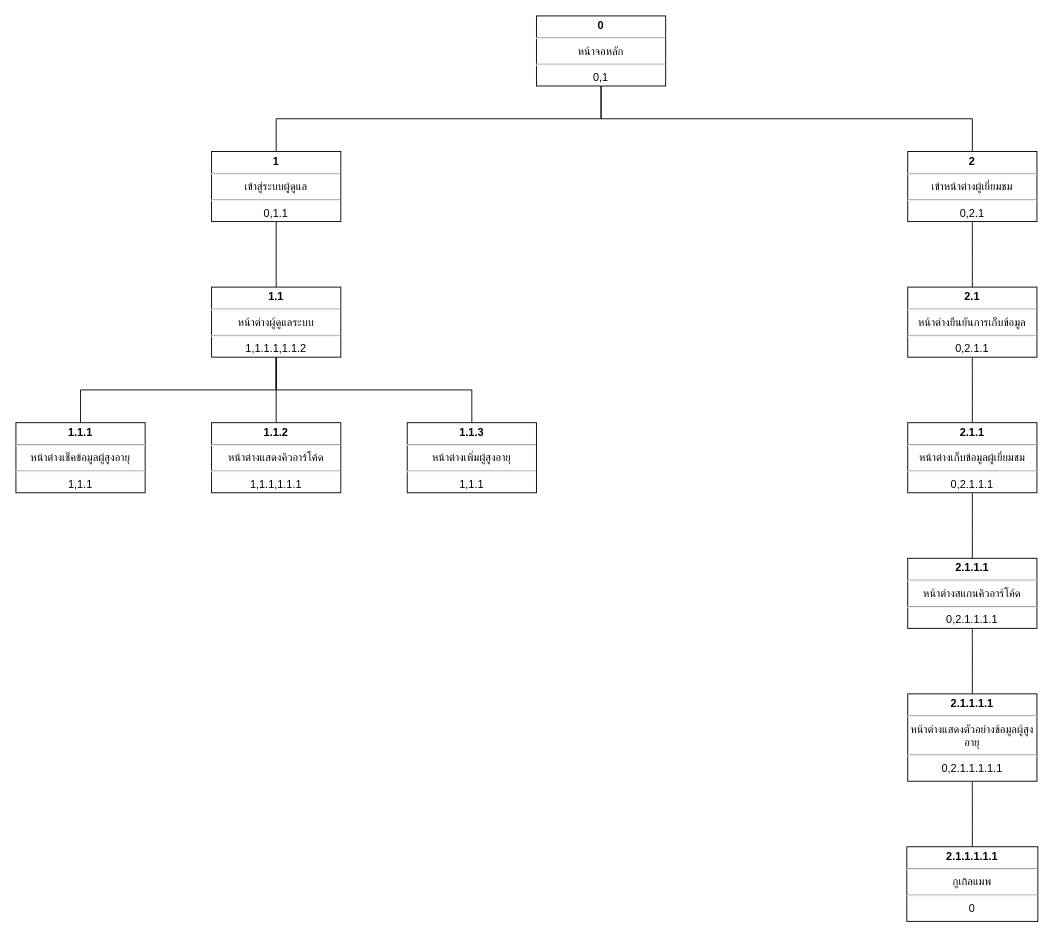
Before: Userinterface.drawio in CChayut/Di-grm, a draw.io diagram. Source tidied: cells renumbered, new cells numbered last; positions are measured from the earlier drawing's top-left corner, leaving out a move shared by most shapes. Both pictures are drawn from the tidied source at 91%, with x=0, y=0 at pixel (15, 15).
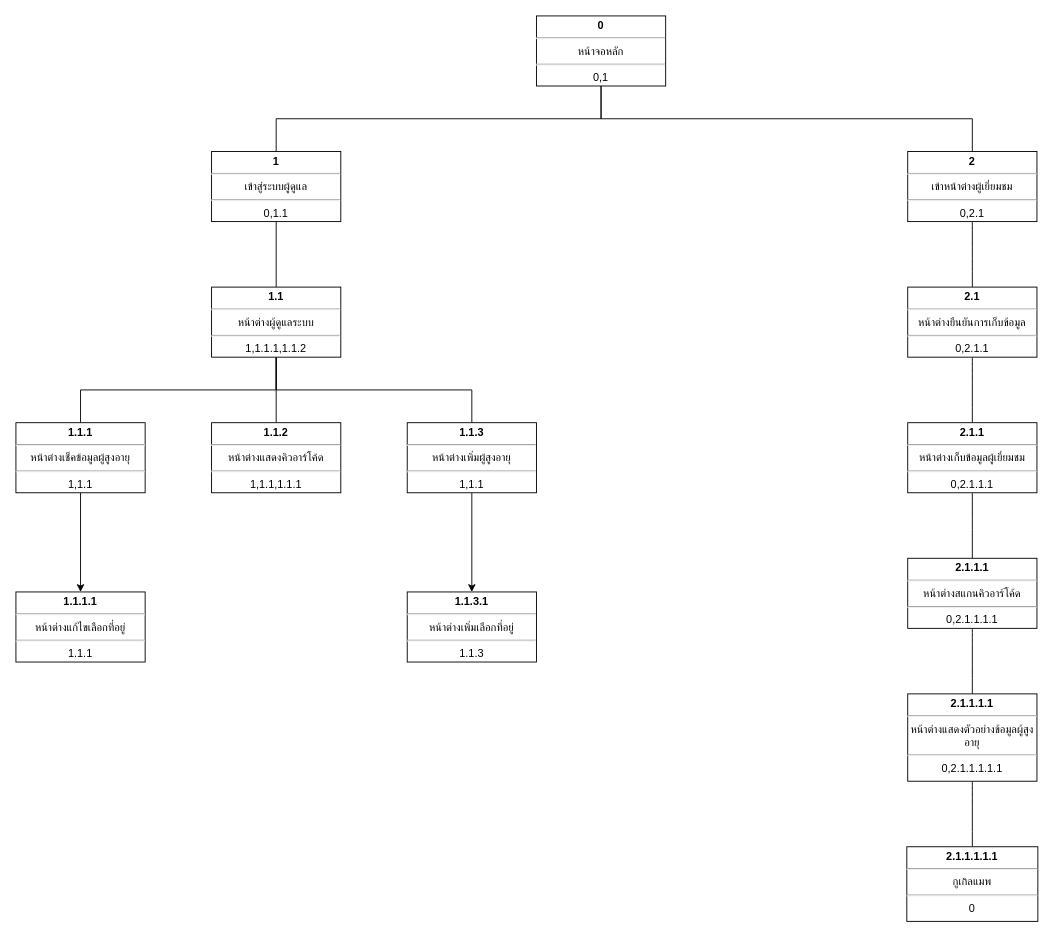
Above is the later version.

Unchanged cells that the change refers to:
```xml
<mxCell id="13" value="&lt;p style=&quot;margin:0px;margin-top:4px;text-align:center;&quot;&gt;&lt;/p&gt;&lt;div style=&quot;text-align: center;&quot;&gt;&lt;b&gt;1.1.1&lt;/b&gt;&lt;/div&gt;&lt;div style=&quot;text-align: center;&quot;&gt;&lt;hr&gt;&lt;/div&gt;&lt;div style=&quot;text-align: center;&quot;&gt;&lt;/div&gt;&lt;div style=&quot;text-align: center;&quot;&gt;หน้าต่างเช็คข้อมูลผู้สูงอายุ&lt;/div&gt;&lt;hr&gt;&lt;div style=&quot;text-align: center;&quot;&gt;1,1.1&lt;/div&gt;" style="verticalAlign=top;align=left;overflow=fill;html=1;whiteSpace=wrap;" parent="1" vertex="1">
  <mxGeometry y="447" width="142" height="77" as="geometry" />
</mxCell>
<mxCell id="15" value="&lt;p style=&quot;margin:0px;margin-top:4px;text-align:center;&quot;&gt;&lt;/p&gt;&lt;div style=&quot;text-align: center;&quot;&gt;&lt;b&gt;1.1.3&lt;/b&gt;&lt;/div&gt;&lt;div style=&quot;text-align: center;&quot;&gt;&lt;hr&gt;&lt;/div&gt;&lt;div style=&quot;text-align: center;&quot;&gt;&lt;/div&gt;&lt;div style=&quot;text-align: center;&quot;&gt;หน้าต่างเพิ่มผู้สูงอายุ&lt;/div&gt;&lt;hr&gt;&lt;div style=&quot;text-align: center;&quot;&gt;1,1.1&lt;/div&gt;" style="verticalAlign=top;align=left;overflow=fill;html=1;whiteSpace=wrap;" parent="1" vertex="1">
  <mxGeometry x="430" y="447" width="142" height="77" as="geometry" />
</mxCell>
```

Change to the diagram source:
```diff
@@
+    <mxCell id="25" style="edgeStyle=orthogonalEdgeStyle;rounded=0;jettySize=auto;html=1;exitX=0.5;exitY=1;exitDx=0;exitDy=0;entryX=0.5;entryY=0;entryDx=0;entryDy=0;" parent="1" edge="1" source="13" target="27">
+      <mxGeometry relative="1" as="geometry" />
+    </mxCell>
@@
+    <mxCell id="26" style="edgeStyle=orthogonalEdgeStyle;rounded=0;jettySize=auto;html=1;exitX=0.5;exitY=1;exitDx=0;exitDy=0;entryX=0.5;entryY=0;entryDx=0;entryDy=0;" parent="1" edge="1" source="15" target="28">
+      <mxGeometry relative="1" as="geometry" />
+    </mxCell>
@@
+    <mxCell id="27" value="&lt;p style=&quot;margin:0px;margin-top:4px;text-align:center;&quot;&gt;&lt;/p&gt;&lt;div style=&quot;text-align: center;&quot;&gt;&lt;b&gt;1.1.1.1&lt;/b&gt;&lt;/div&gt;&lt;div style=&quot;text-align: center;&quot;&gt;&lt;hr&gt;&lt;/div&gt;&lt;div style=&quot;text-align: center;&quot;&gt;&lt;/div&gt;&lt;div style=&quot;text-align: center;&quot;&gt;หน้าต่างแก้ไขเลือกที่อยู่&lt;/div&gt;&lt;hr&gt;&lt;div style=&quot;text-align: center;&quot;&gt;1.1.1&lt;/div&gt;" style="verticalAlign=top;align=left;overflow=fill;html=1;whiteSpace=wrap;" parent="1" vertex="1">
+      <mxGeometry y="633" width="142" height="77" as="geometry" />
+    </mxCell>
+    <mxCell id="28" value="&lt;p style=&quot;margin:0px;margin-top:4px;text-align:center;&quot;&gt;&lt;/p&gt;&lt;div style=&quot;text-align: center;&quot;&gt;&lt;b&gt;1.1.3.1&lt;/b&gt;&lt;/div&gt;&lt;div style=&quot;text-align: center;&quot;&gt;&lt;hr&gt;&lt;/div&gt;&lt;div style=&quot;text-align: center;&quot;&gt;&lt;/div&gt;&lt;div style=&quot;text-align: center;&quot;&gt;หน้าต่างเพิ่มเลือกที่อยู่&lt;/div&gt;&lt;hr&gt;&lt;div style=&quot;text-align: center;&quot;&gt;1.1.3&lt;/div&gt;" style="verticalAlign=top;align=left;overflow=fill;html=1;whiteSpace=wrap;" parent="1" vertex="1">
+      <mxGeometry x="430" y="633" width="142" height="77" as="geometry" />
+    </mxCell>
```
